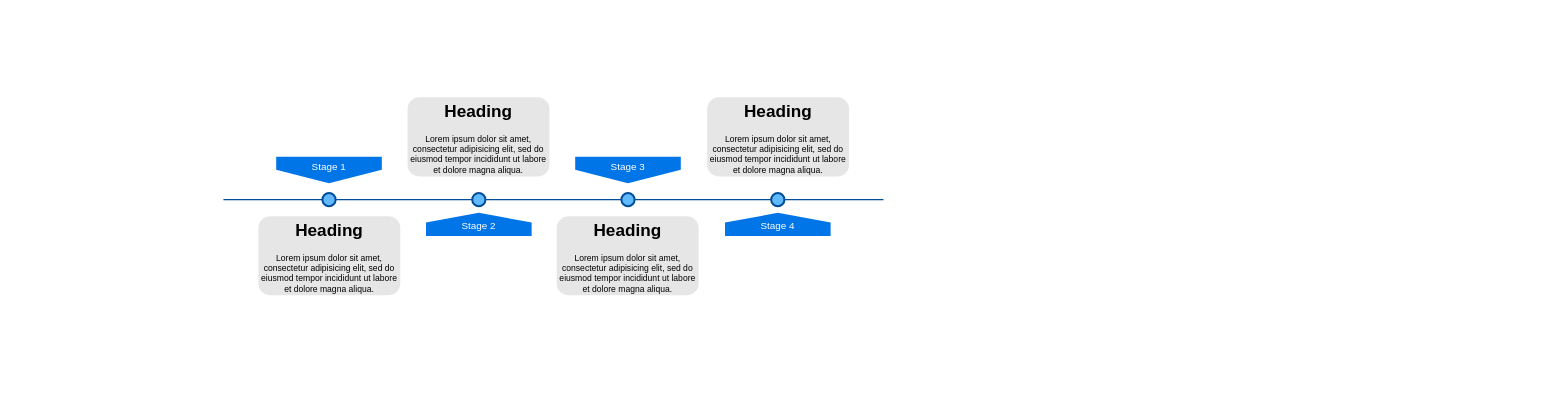
Earlier version of the draw.io diagram serverless.drawio (hfuuss/drawio). Source tidied: cells renumbered, new cells numbered last; positions are measured from the earlier drawing's top-left corner, leaving out a move shared by most shapes. Both pictures are drawn from the tidied source at 66%, with x=0, y=0 at pixel (223, 97).
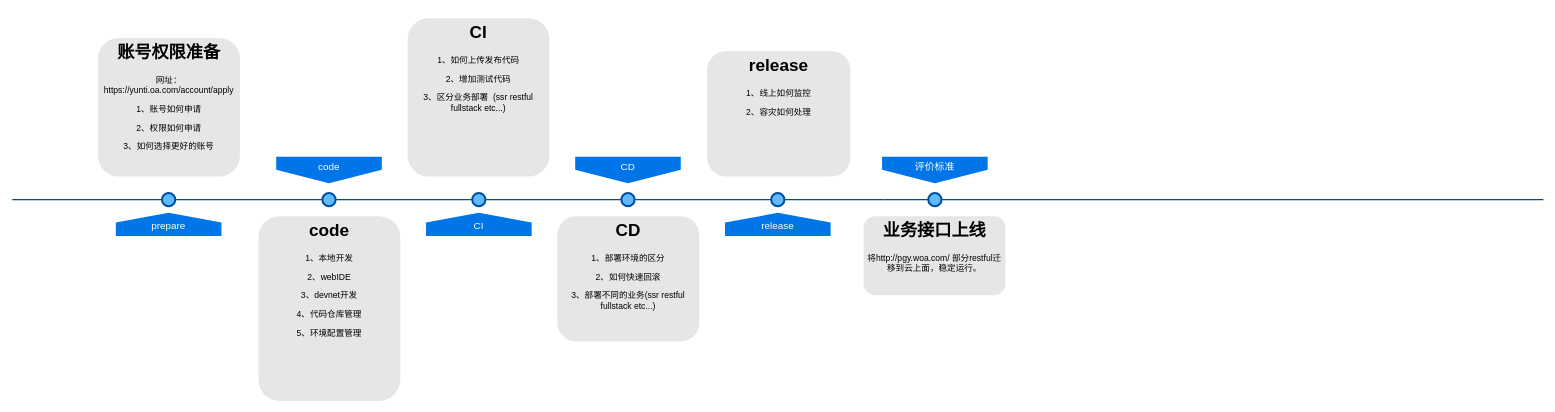
The same diagram, later.

Diff of the diagram source:
```diff
@@
     <mxCell id="2" style="line;strokeWidth=2;html=1;fillColor=none;fontSize=28;fontColor=#004D99;strokeColor=#004D99;" parent="1" vertex="1">
-      <mxGeometry y="150" width="1000" height="10" as="geometry" />
+      <mxGeometry x="-320" y="150" width="1320" height="10" as="geometry" />
     </mxCell>
-    <mxCell id="3" value="Stage 1" style="shape=offPageConnector;whiteSpace=wrap;html=1;fillColor=#0075E8;fontSize=15;fontColor=#FFFFFF;size=0.5093750000000015;verticalAlign=top;strokeColor=none;" parent="1" vertex="1">
+    <mxCell id="3" value="code" style="shape=offPageConnector;whiteSpace=wrap;html=1;fillColor=#0075E8;fontSize=15;fontColor=#FFFFFF;size=0.5093750000000015;verticalAlign=top;strokeColor=none;" parent="1" vertex="1">
       <mxGeometry x="80" y="90" width="160" height="40" as="geometry" />
     </mxCell>
-    <mxCell id="4" value="&lt;span&gt;Stage 3&lt;/span&gt;" style="shape=offPageConnector;whiteSpace=wrap;html=1;fillColor=#0075E8;fontSize=15;fontColor=#FFFFFF;size=0.5093750000000015;verticalAlign=top;strokeColor=none;" parent="1" vertex="1">
+    <mxCell id="4" value="&lt;span&gt;CD&lt;/span&gt;" style="shape=offPageConnector;whiteSpace=wrap;html=1;fillColor=#0075E8;fontSize=15;fontColor=#FFFFFF;size=0.5093750000000015;verticalAlign=top;strokeColor=none;" parent="1" vertex="1">
       <mxGeometry x="533" y="90" width="160" height="40" as="geometry" />
     </mxCell>
-    <mxCell id="5" value="&lt;span&gt;Stage 2&lt;/span&gt;" style="shape=offPageConnector;whiteSpace=wrap;html=1;fillColor=#0075E8;fontSize=15;fontColor=#FFFFFF;size=0.4178571428571445;flipV=1;verticalAlign=bottom;strokeColor=none;spacingBottom=4;" parent="1" vertex="1">
+    <mxCell id="5" value="&lt;span&gt;CI&lt;/span&gt;" style="shape=offPageConnector;whiteSpace=wrap;html=1;fillColor=#0075E8;fontSize=15;fontColor=#FFFFFF;size=0.4178571428571445;flipV=1;verticalAlign=bottom;strokeColor=none;spacingBottom=4;" parent="1" vertex="1">
       <mxGeometry x="307" y="175" width="160" height="35" as="geometry" />
     </mxCell>
-    <mxCell id="6" value="&lt;span&gt;Stage 4&lt;/span&gt;" style="shape=offPageConnector;whiteSpace=wrap;html=1;fillColor=#0075E8;fontSize=15;fontColor=#FFFFFF;size=0.4178571428571445;flipV=1;verticalAlign=bottom;strokeColor=none;spacingBottom=4;" parent="1" vertex="1">
+    <mxCell id="6" value="&lt;span&gt;release&lt;/span&gt;" style="shape=offPageConnector;whiteSpace=wrap;html=1;fillColor=#0075E8;fontSize=15;fontColor=#FFFFFF;size=0.4178571428571445;flipV=1;verticalAlign=bottom;strokeColor=none;spacingBottom=4;" parent="1" vertex="1">
       <mxGeometry x="760" y="175" width="160" height="35" as="geometry" />
     </mxCell>
@@
-    <mxCell id="11" value="&lt;h1&gt;Heading&lt;/h1&gt;&lt;p&gt;Lorem ipsum dolor sit amet, consectetur adipisicing elit, sed do eiusmod tempor incididunt ut labore et dolore magna aliqua.&lt;/p&gt;" style="text;html=1;spacing=5;spacingTop=-20;whiteSpace=wrap;overflow=hidden;strokeColor=none;strokeWidth=3;fillColor=#E6E6E6;fontSize=13;fontColor=#000000;align=center;rounded=1;" parent="1" vertex="1">
-      <mxGeometry x="53" y="180" width="215" height="120" as="geometry" />
+    <mxCell id="11" value="&lt;h1&gt;code&lt;/h1&gt;&lt;p&gt;1、本地开发&lt;/p&gt;&lt;p&gt;2、webIDE&lt;/p&gt;&lt;p&gt;3、devnet开发&lt;/p&gt;&lt;p&gt;4、代码仓库管理&lt;/p&gt;&lt;p&gt;5、环境配置管理&lt;/p&gt;" style="text;html=1;spacing=5;spacingTop=-20;whiteSpace=wrap;overflow=hidden;strokeColor=none;strokeWidth=3;fillColor=#E6E6E6;fontSize=13;fontColor=#000000;align=center;rounded=1;" parent="1" vertex="1">
+      <mxGeometry x="53" y="180" width="215" height="280" as="geometry" />
     </mxCell>
-    <mxCell id="12" value="&lt;h1&gt;Heading&lt;/h1&gt;&lt;p&gt;Lorem ipsum dolor sit amet, consectetur adipisicing elit, sed do eiusmod tempor incididunt ut labore et dolore magna aliqua.&lt;/p&gt;" style="text;html=1;spacing=5;spacingTop=-20;whiteSpace=wrap;overflow=hidden;strokeColor=none;strokeWidth=3;fillColor=#E6E6E6;fontSize=13;fontColor=#000000;align=center;rounded=1;" parent="1" vertex="1">
-      <mxGeometry x="279" width="215" height="120" as="geometry" />
+    <mxCell id="12" value="&lt;h1&gt;CI&lt;/h1&gt;&lt;p&gt;1、如何上传发布代码&lt;/p&gt;&lt;p&gt;2、增加测试代码&lt;/p&gt;&lt;p&gt;3、区分业务部署&amp;nbsp; (ssr restful fullstack etc...)&lt;/p&gt;" style="text;html=1;spacing=5;spacingTop=-20;whiteSpace=wrap;overflow=hidden;strokeColor=none;strokeWidth=3;fillColor=#E6E6E6;fontSize=13;fontColor=#000000;align=center;rounded=1;" parent="1" vertex="1">
+      <mxGeometry x="279" y="-120" width="215" height="240" as="geometry" />
     </mxCell>
-    <mxCell id="13" value="&lt;h1&gt;Heading&lt;/h1&gt;&lt;p&gt;Lorem ipsum dolor sit amet, consectetur adipisicing elit, sed do eiusmod tempor incididunt ut labore et dolore magna aliqua.&lt;/p&gt;" style="text;html=1;spacing=5;spacingTop=-20;whiteSpace=wrap;overflow=hidden;strokeColor=none;strokeWidth=3;fillColor=#E6E6E6;fontSize=13;fontColor=#000000;align=center;rounded=1;" parent="1" vertex="1">
-      <mxGeometry x="505" y="180" width="215" height="120" as="geometry" />
+    <mxCell id="13" value="&lt;h1&gt;CD&lt;/h1&gt;&lt;p&gt;1、部署环境的区分&lt;/p&gt;&lt;p&gt;2、如何快速回滚&lt;/p&gt;&lt;p&gt;3、部署不同的业务(ssr restful fullstack etc...)&lt;/p&gt;&lt;p&gt;&lt;br&gt;&lt;/p&gt;" style="text;html=1;spacing=5;spacingTop=-20;whiteSpace=wrap;overflow=hidden;strokeColor=none;strokeWidth=3;fillColor=#E6E6E6;fontSize=13;fontColor=#000000;align=center;rounded=1;" parent="1" vertex="1">
+      <mxGeometry x="506" y="180" width="215" height="190" as="geometry" />
     </mxCell>
-    <mxCell id="14" value="&lt;h1&gt;Heading&lt;/h1&gt;&lt;p&gt;Lorem ipsum dolor sit amet, consectetur adipisicing elit, sed do eiusmod tempor incididunt ut labore et dolore magna aliqua.&lt;/p&gt;" style="text;html=1;spacing=5;spacingTop=-20;whiteSpace=wrap;overflow=hidden;strokeColor=none;strokeWidth=3;fillColor=#E6E6E6;fontSize=13;fontColor=#000000;align=center;rounded=1;" parent="1" vertex="1">
-      <mxGeometry x="733" width="215" height="120" as="geometry" />
+    <mxCell id="14" value="&lt;h1&gt;release&lt;/h1&gt;&lt;p&gt;1、线上如何监控&lt;/p&gt;&lt;p&gt;2、容灾如何处理&lt;/p&gt;&lt;p&gt;&lt;br&gt;&lt;/p&gt;" style="text;html=1;spacing=5;spacingTop=-20;whiteSpace=wrap;overflow=hidden;strokeColor=none;strokeWidth=3;fillColor=#E6E6E6;fontSize=13;fontColor=#000000;align=center;rounded=1;" parent="1" vertex="1">
+      <mxGeometry x="733" y="-70" width="217" height="190" as="geometry" />
     </mxCell>
+    <mxCell id="15" style="line;strokeWidth=2;html=1;fillColor=none;fontSize=28;fontColor=#004D99;strokeColor=#004D99;" parent="1" vertex="1">
+      <mxGeometry x="1000" y="150" width="1000" height="10" as="geometry" />
+    </mxCell>
+    <mxCell id="16" value="评价标准" style="shape=offPageConnector;whiteSpace=wrap;html=1;fillColor=#0075E8;fontSize=15;fontColor=#FFFFFF;size=0.5093750000000015;verticalAlign=top;strokeColor=none;" parent="1" vertex="1">
+      <mxGeometry x="998" y="90" width="160" height="40" as="geometry" />
+    </mxCell>
+    <mxCell id="17" style="ellipse;whiteSpace=wrap;html=1;fillColor=#61BAFF;fontSize=28;fontColor=#004D99;strokeWidth=3;strokeColor=#004D99;" parent="1" vertex="1">
+      <mxGeometry x="1068" y="145" width="20" height="20" as="geometry" />
+    </mxCell>
+    <mxCell id="18" value="&lt;h1&gt;业务接口上线&lt;/h1&gt;&lt;div&gt;将http://pgy.woa.com/ 部分restful迁移到云上面，稳定运行。&lt;/div&gt;" style="text;html=1;spacing=5;spacingTop=-20;whiteSpace=wrap;overflow=hidden;strokeColor=none;strokeWidth=3;fillColor=#E6E6E6;fontSize=13;fontColor=#000000;align=center;rounded=1;" parent="1" vertex="1">
+      <mxGeometry x="970" y="180" width="215" height="120" as="geometry" />
+    </mxCell>
+    <mxCell id="19" value="prepare" style="shape=offPageConnector;whiteSpace=wrap;html=1;fillColor=#0075E8;fontSize=15;fontColor=#FFFFFF;size=0.4178571428571445;flipV=1;verticalAlign=bottom;strokeColor=none;spacingBottom=4;" parent="1" vertex="1">
+      <mxGeometry x="-163" y="175" width="160" height="35" as="geometry" />
+    </mxCell>
+    <mxCell id="20" style="ellipse;whiteSpace=wrap;html=1;fillColor=#61BAFF;fontSize=28;fontColor=#004D99;strokeWidth=3;strokeColor=#004D99;" parent="1" vertex="1">
+      <mxGeometry x="-93" y="145" width="20" height="20" as="geometry" />
+    </mxCell>
+    <mxCell id="21" value="&lt;h1&gt;账号权限准备&lt;/h1&gt;&lt;p&gt;网址：https://yunti.oa.com/account/apply&lt;/p&gt;&lt;p&gt;1、账号如何申请&lt;/p&gt;&lt;p&gt;2、权限如何申请&lt;/p&gt;&lt;p&gt;3、如何选择更好的账号&lt;/p&gt;" style="text;html=1;spacing=5;spacingTop=-20;whiteSpace=wrap;overflow=hidden;strokeColor=none;strokeWidth=3;fillColor=#E6E6E6;fontSize=13;fontColor=#000000;align=center;rounded=1;" parent="1" vertex="1">
+      <mxGeometry x="-190" y="-90" width="215" height="210" as="geometry" />
+    </mxCell>
```
